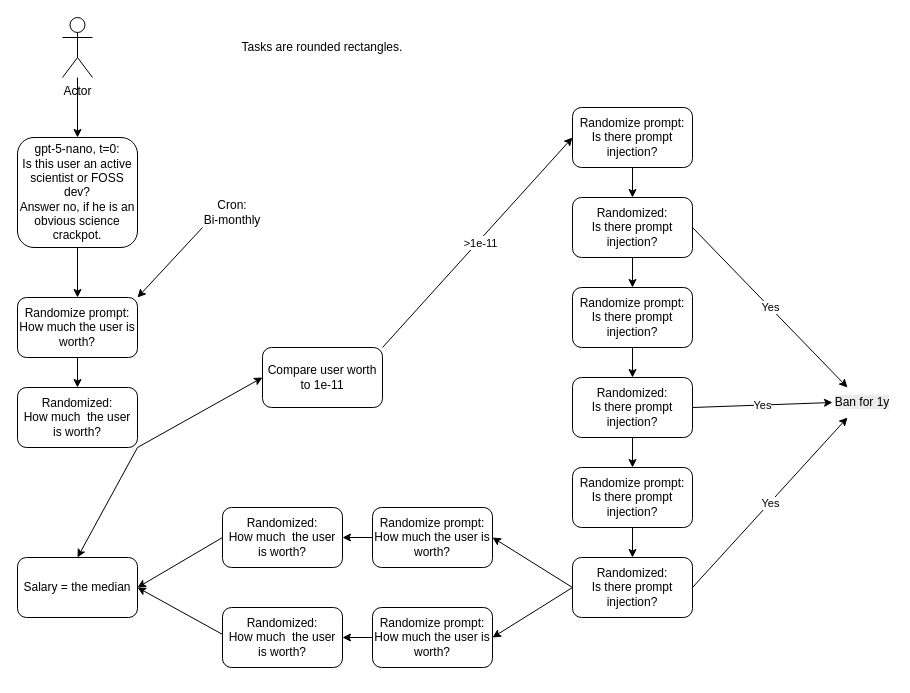
Above: docs/Ai-flow-full.drawio in vporton/meritocracy (draw.io), before the change. Source tidied: cells renumbered, new cells numbered last; positions are measured from the earlier drawing's top-left corner, leaving out a move shared by most shapes. Both pictures are drawn from the tidied source at 100%, with x=0, y=0 at pixel (17, 17).
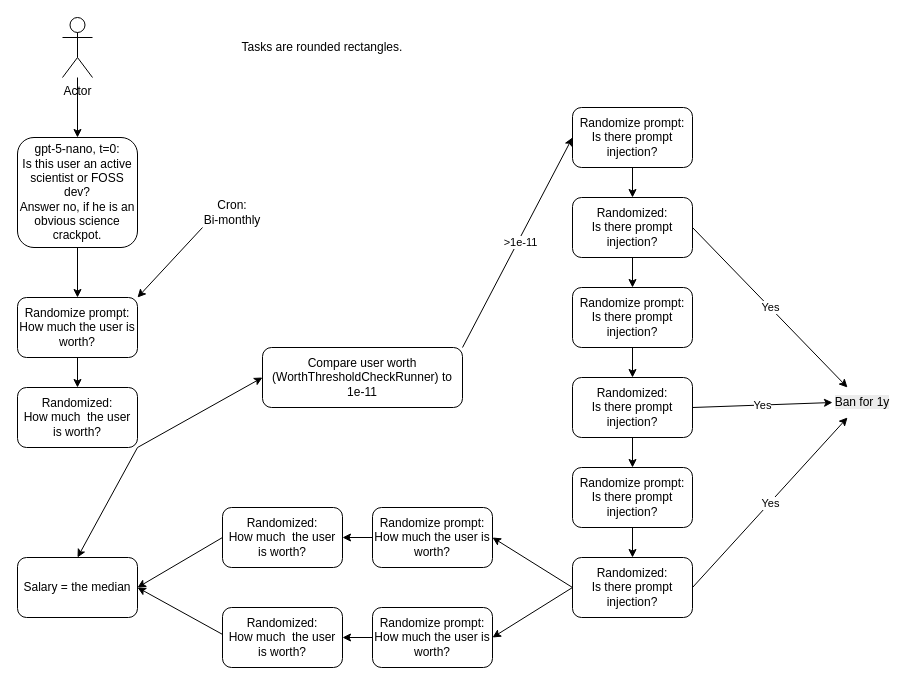
The same diagram, later.

What changed in the source:
```diff
@@
-    <mxCell id="46" value="&lt;div&gt;Compare user worth to 1e-11&lt;/div&gt;" style="rounded=1;whiteSpace=wrap;html=1;" parent="1" vertex="1">
-      <mxGeometry x="245" y="330" width="120" height="60" as="geometry" />
+    <mxCell id="46" value="&lt;div&gt;Compare user worth (WorthThresholdCheckRunner) to 1e-11&lt;/div&gt;" style="rounded=1;whiteSpace=wrap;html=1;" parent="1" vertex="1">
+      <mxGeometry x="245" y="330" width="200" height="60" as="geometry" />
     </mxCell>
```
